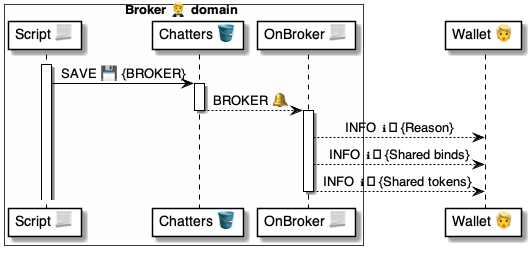
Above: 4 ⚙️ Solution/20 🧑‍🦰 UI/Brokers 🤵/🤵🪣 Broker tables/Chatters 👥 table/🪣🔔 OnBroker/🤵 OnChatterBroker ⚙️ uml.png in pollyweb-org/pollyweb-docs (PlantUML), before the change. Its source is kept beside it as 4 ⚙️ Solution/20 🧑‍🦰 UI/Brokers 🤵/🤵🪣 Broker tables/Chatters 👥 table/🪣🔔 OnBroker/🤵 OnChatterBroker ⚙️ uml.puml. The source it was exported from:
```plantuml
@startuml OnChatterBroker

box Broker 🤵 domain #FFFFFA
    participant "Script 📃" as script
    participant "Chatters 🪣" as table
    participant "OnBroker 📃" as handler
end box

participant "Wallet 👱" as wallet

activate script
    script -> table: SAVE 💾 {BROKER}

activate table
    table --> handler: BROKER 🔔
deactivate table

activate handler
    handler --> wallet: INFO ℹ️ {Reason}
    handler --> wallet: INFO ℹ️ {Shared binds}
    handler --> wallet: INFO ℹ️ {Shared tokens}
deactivate handler

@enduml
```
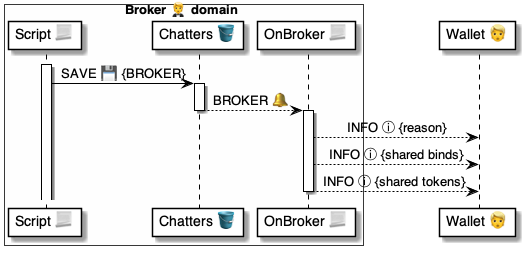
After the commit.

Diff of the diagram source:
```diff
@@ -16,9 +16,9 @@
 deactivate table
 
 activate handler
-    handler --> wallet: INFO ℹ️ {Reason}
-    handler --> wallet: INFO ℹ️ {Shared binds}
-    handler --> wallet: INFO ℹ️ {Shared tokens}
+    handler --> wallet: INFO ⓘ {reason}
+    handler --> wallet: INFO ⓘ {shared binds}
+    handler --> wallet: INFO ⓘ {shared tokens}
 deactivate handler
 
 @enduml
```
